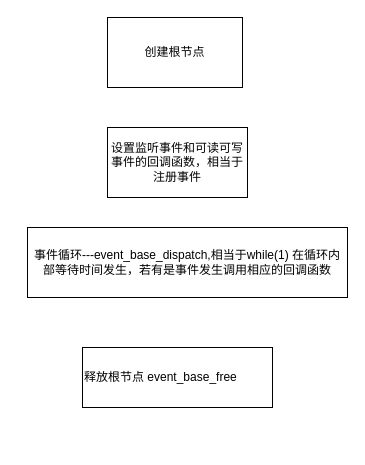
Before: 未命名绘图.drawio in ZWJ5656588/uml, a draw.io diagram. Source tidied: cells renumbered, new cells numbered last; positions are measured from the earlier drawing's top-left corner, leaving out a move shared by most shapes. Both pictures are drawn from the tidied source at 100%, with x=0, y=0 at pixel (27, 17).
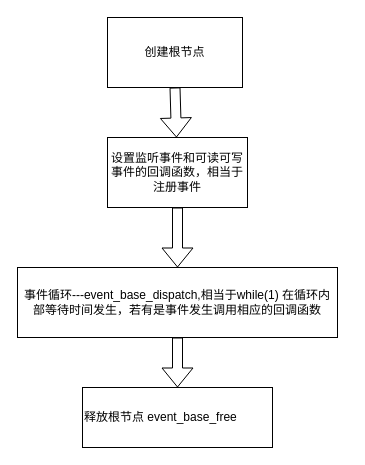
The same diagram, later.

Change to the diagram source:
```diff
@@
 <mxGraphModel>
   <root>
     <mxCell id="0" />
     <mxCell id="1" parent="0" />
+    <mxCell id="6" style="rounded=0;jettySize=auto;html=1;exitX=0.5;exitY=1;exitDx=0;exitDy=0;shape=flexArrow;" parent="1" edge="1" source="2" target="3">
+      <mxGeometry relative="1" as="geometry" />
+    </mxCell>
     <mxCell id="2" value="创建根节点" style="rounded=0;whiteSpace=wrap;html=1;" parent="1" vertex="1">
       <mxGeometry x="80" width="135" height="70" as="geometry" />
     </mxCell>
+    <mxCell id="7" style="rounded=0;jettySize=auto;html=1;exitX=0.5;exitY=1;exitDx=0;exitDy=0;shape=flexArrow;" parent="1" edge="1" source="3" target="4">
+      <mxGeometry relative="1" as="geometry" />
+    </mxCell>
     <mxCell id="3" value="设置监听事件和可读可写事件的回调函数，相当于注册事件" style="rounded=0;whiteSpace=wrap;html=1;" parent="1" vertex="1">
-      <mxGeometry x="80" y="110" width="140" height="70" as="geometry" />
+      <mxGeometry x="80" y="120" width="140" height="70" as="geometry" />
     </mxCell>
+    <mxCell id="8" style="edgeStyle=none;shape=flexArrow;rounded=0;jettySize=auto;html=1;exitX=0.5;exitY=1;exitDx=0;exitDy=0;" parent="1" edge="1" source="4" target="5">
+      <mxGeometry relative="1" as="geometry" />
+    </mxCell>
     <mxCell id="4" value="事件循环---event_base_dispatch,相当于while(1) 在循环内部等待时间发生，若有是事件发生调用相应的回调函数" style="rounded=0;whiteSpace=wrap;html=1;" parent="1" vertex="1">
-      <mxGeometry y="210" width="320" height="70" as="geometry" />
+      <mxGeometry x="-10" y="250" width="320" height="70" as="geometry" />
     </mxCell>
     <mxCell id="5" value="释放根节点 event_base_free" style="rounded=0;whiteSpace=wrap;html=1;align=left;" parent="1" vertex="1">
-      <mxGeometry x="55" y="330" width="190" height="60" as="geometry" />
+      <mxGeometry x="55" y="370" width="190" height="60" as="geometry" />
     </mxCell>
   </root>
 </mxGraphModel>
```
